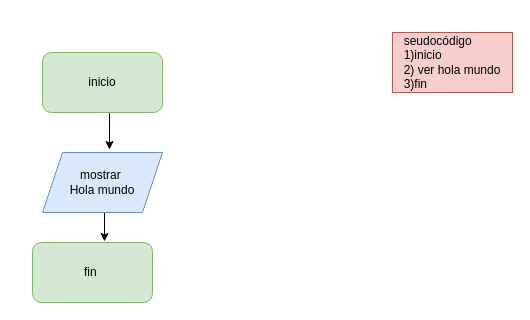
Rocio2525/ejercicio-N-1 keeps this draw.io diagram as Untitled Diagram.drawio. Above is the earlier version. Source tidied: cells renumbered, new cells numbered last; positions are measured from the earlier drawing's top-left corner, leaving out a move shared by most shapes. Both pictures are drawn from the tidied source at 100%, with x=0, y=0 at pixel (32, 32).
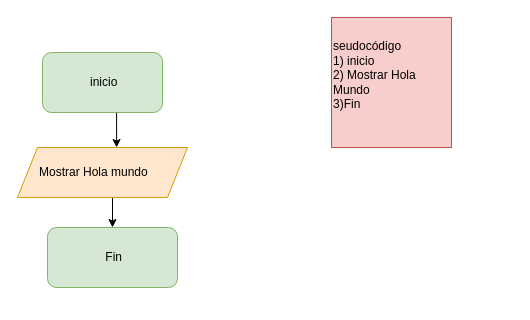
The same diagram, later.

Commit message:
hola mundo diagrama

Diff of the diagram source:
```diff
@@
 <mxGraphModel>
   <root>
     <mxCell id="0" />
     <mxCell id="1" parent="0" />
-    <mxCell id="2" style="edgeStyle=orthogonalEdgeStyle;rounded=0;jettySize=auto;html=1;exitX=0.5;exitY=1;exitDx=0;exitDy=0;entryX=0.558;entryY=-0.05;entryDx=0;entryDy=0;entryPerimeter=0;" parent="1" edge="1" source="3" target="6">
-      <mxGeometry relative="1" as="geometry" />
-    </mxCell>
+    <mxCell id="8" value="seudocódigo &lt;br&gt;1) inicio &lt;br&gt;2) Mostrar Hola Mundo&lt;br&gt;3)Fin&lt;br&gt;&lt;br&gt;" style="rounded=0;whiteSpace=wrap;html=1;align=left;fillColor=#f8cecc;strokeColor=#b85450;" parent="1" vertex="1">
+      <mxGeometry x="299" y="-15" width="120" height="130" as="geometry" />
+    </mxCell>
+    <mxCell id="9" style="edgeStyle=orthogonalEdgeStyle;rounded=0;jettySize=auto;html=1;exitX=0.5;exitY=1;exitDx=0;exitDy=0;entryX=0.583;entryY=0;entryDx=0;entryDy=0;entryPerimeter=0;" parent="1" edge="1" source="3" target="11">
+      <mxGeometry relative="1" as="geometry" />
+    </mxCell>
-    <mxCell id="3" value="inicio" style="rounded=1;whiteSpace=wrap;html=1;fillColor=#d5e8d4;strokeColor=#82b366;" parent="1" vertex="1">
+    <mxCell id="3" value="&amp;nbsp;inicio" style="rounded=1;whiteSpace=wrap;html=1;align=center;fillColor=#d5e8d4;strokeColor=#82b366;" parent="1" vertex="1">
       <mxGeometry x="10" y="20" width="120" height="60" as="geometry" />
     </mxCell>
-    <mxCell id="4" value="&lt;div style=&quot;text-align: left&quot;&gt;seudocódigo&lt;br&gt;&lt;/div&gt;&lt;div style=&quot;text-align: left&quot;&gt;&lt;span&gt;1)inicio&lt;/span&gt;&lt;/div&gt;&lt;div style=&quot;text-align: left&quot;&gt;&lt;span&gt;2) ver hola mundo&lt;/span&gt;&lt;/div&gt;&lt;div style=&quot;text-align: left&quot;&gt;&lt;span&gt;3)fin&lt;/span&gt;&lt;/div&gt;" style="rounded=0;whiteSpace=wrap;html=1;fillColor=#f8cecc;strokeColor=#b85450;" parent="1" vertex="1">
-      <mxGeometry x="360" width="120" height="60" as="geometry" />
-    </mxCell>
-    <mxCell id="5" style="edgeStyle=orthogonalEdgeStyle;rounded=0;jettySize=auto;html=1;exitX=0.5;exitY=1;exitDx=0;exitDy=0;entryX=0.6;entryY=-0.017;entryDx=0;entryDy=0;entryPerimeter=0;" parent="1" edge="1" source="6" target="7">
-      <mxGeometry relative="1" as="geometry" />
-    </mxCell>
-    <mxCell id="6" value="mostrar&amp;nbsp;&lt;br&gt;Hola mundo" style="shape=parallelogram;perimeter=parallelogramPerimeter;whiteSpace=wrap;html=1;fixedSize=1;fillColor=#dae8fc;strokeColor=#6c8ebf;" parent="1" vertex="1">
-      <mxGeometry x="10" y="120" width="120" height="60" as="geometry" />
-    </mxCell>
-    <mxCell id="7" value="fin&amp;nbsp;" style="rounded=1;whiteSpace=wrap;html=1;fillColor=#d5e8d4;strokeColor=#82b366;" parent="1" vertex="1">
-      <mxGeometry y="210" width="120" height="60" as="geometry" />
-    </mxCell>
+    <mxCell id="10" style="edgeStyle=orthogonalEdgeStyle;rounded=0;jettySize=auto;html=1;exitX=0.5;exitY=1;exitDx=0;exitDy=0;entryX=0.5;entryY=0;entryDx=0;entryDy=0;" parent="1" edge="1" source="11" target="12">
+      <mxGeometry relative="1" as="geometry" />
+    </mxCell>
+    <mxCell id="11" value="&amp;nbsp; &amp;nbsp; &amp;nbsp; Mostrar Hola mundo" style="shape=parallelogram;perimeter=parallelogramPerimeter;whiteSpace=wrap;html=1;fixedSize=1;align=left;fillColor=#ffe6cc;strokeColor=#d79b00;" parent="1" vertex="1">
+      <mxGeometry x="-15" y="115" width="170" height="50" as="geometry" />
+    </mxCell>
+    <mxCell id="12" value="&amp;nbsp;Fin" style="rounded=1;whiteSpace=wrap;html=1;align=center;fillColor=#d5e8d4;strokeColor=#82b366;" parent="1" vertex="1">
+      <mxGeometry x="15" y="195" width="130" height="60" as="geometry" />
+    </mxCell>
   </root>
 </mxGraphModel>
```
